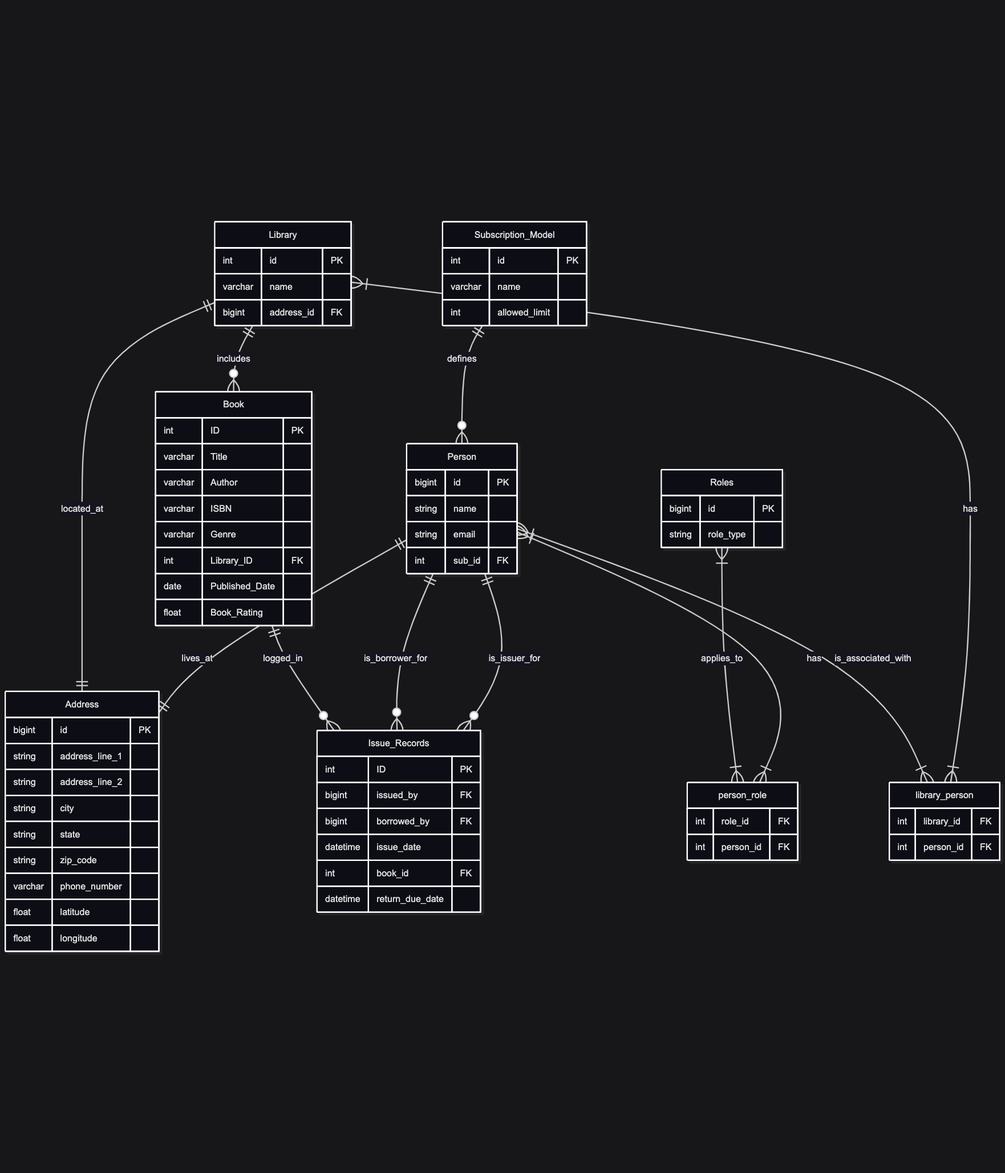
Before: session-1-library_management/library-management.png, a diagram exported from Mermaid (rohitagarwal-gkmit/learning-database-modeling). Its source is kept beside it as session-1-library_management/library-management.mermaid.
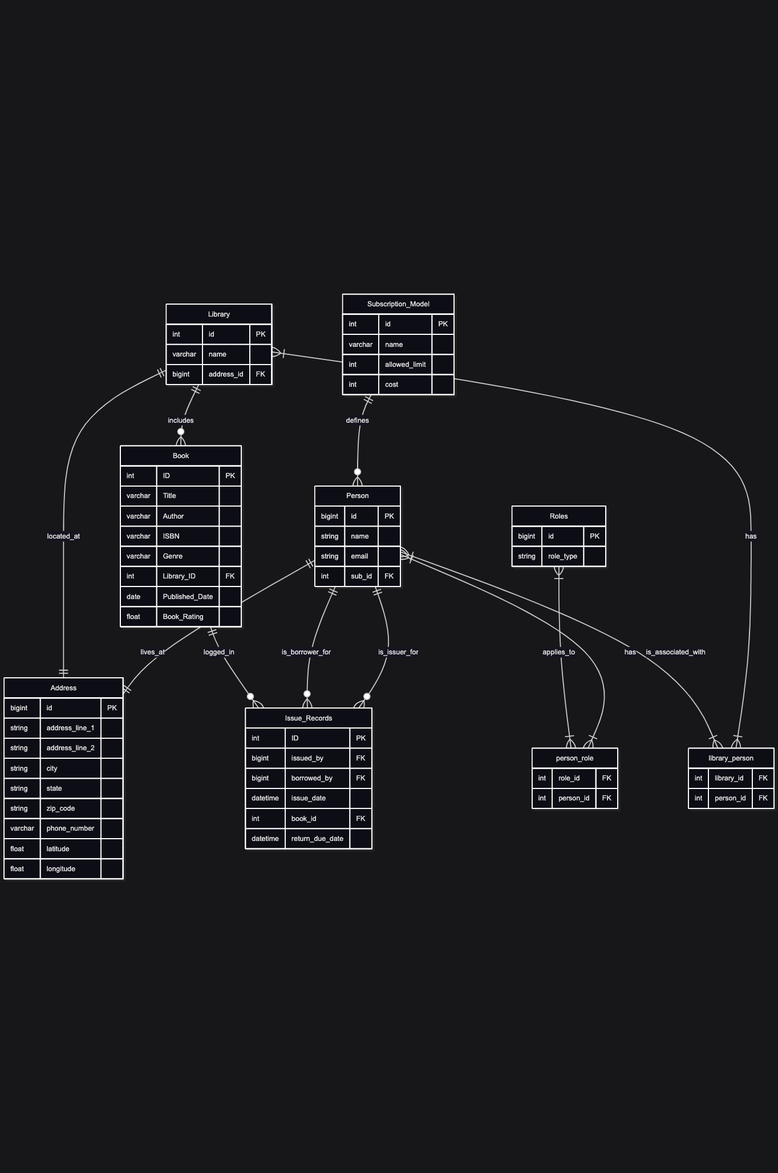
After the commit.

Commit message:
[feat]: add the book status in books and address_id FK for person

Change to the diagram source:
```diff
@@ -24,6 +24,7 @@
         bigint id PK
         string name
         string email
+        int address_id FK
         int sub_id FK
     }
 
@@ -69,6 +70,7 @@
         int Library_ID FK
         date Published_Date
         float Book_Rating
+        enum book_status
     }
 
     Issue_Records {
@@ -84,4 +86,5 @@
         int id PK
         varchar name
         int allowed_limit
+        int cost
     }
```
